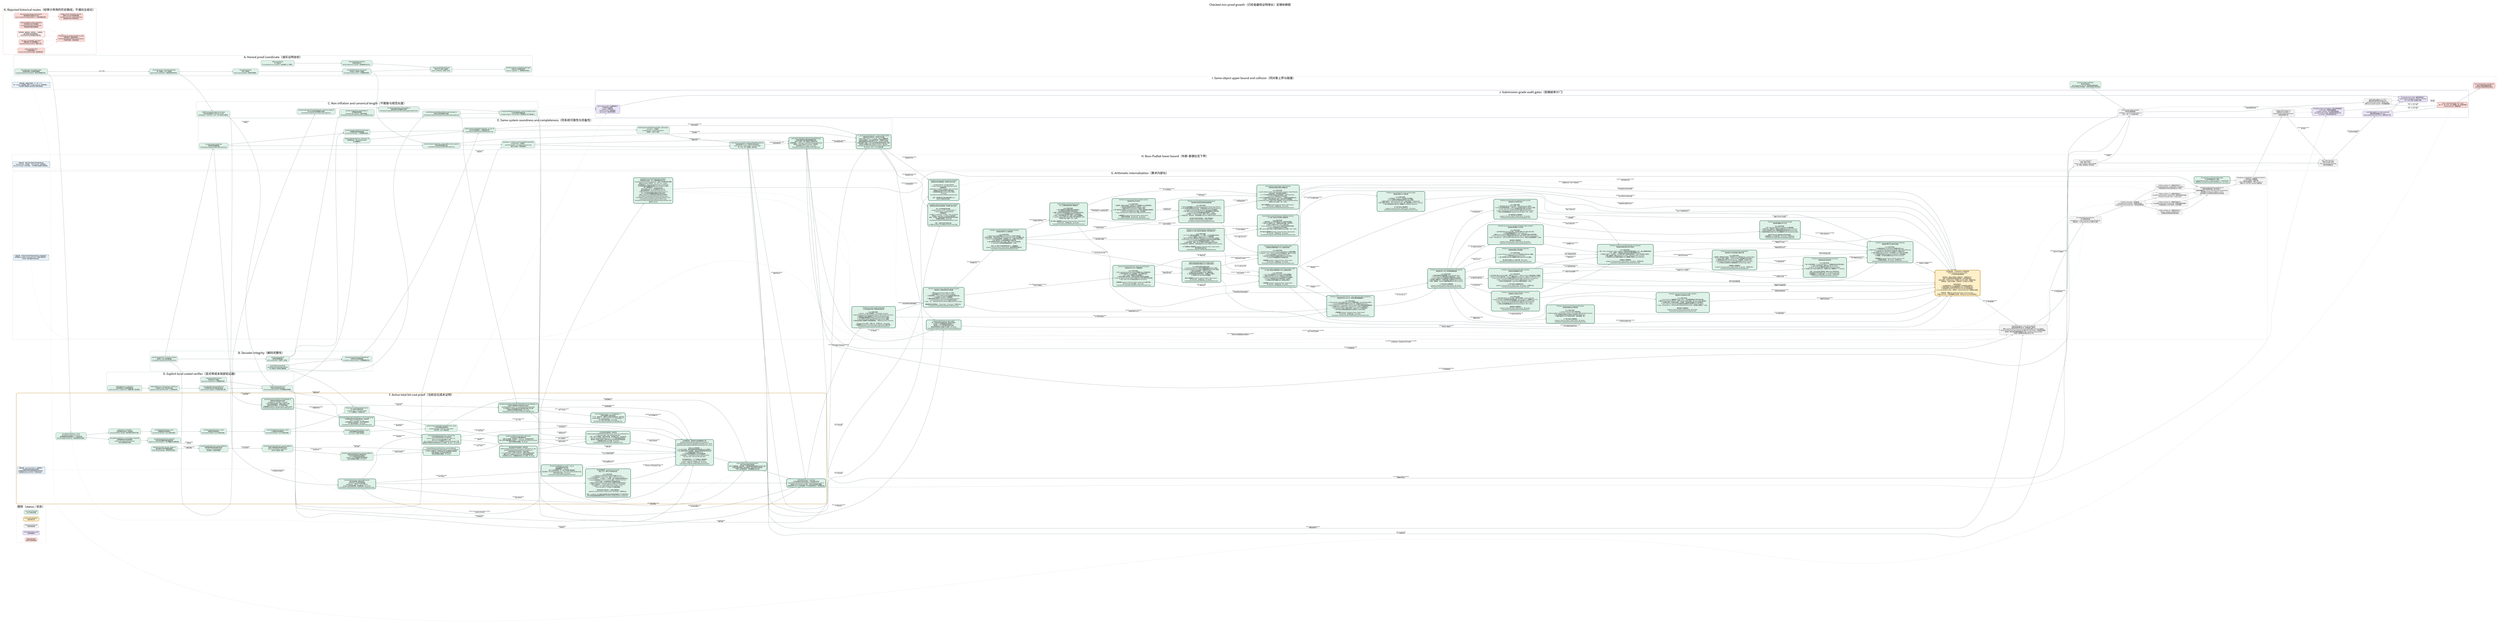
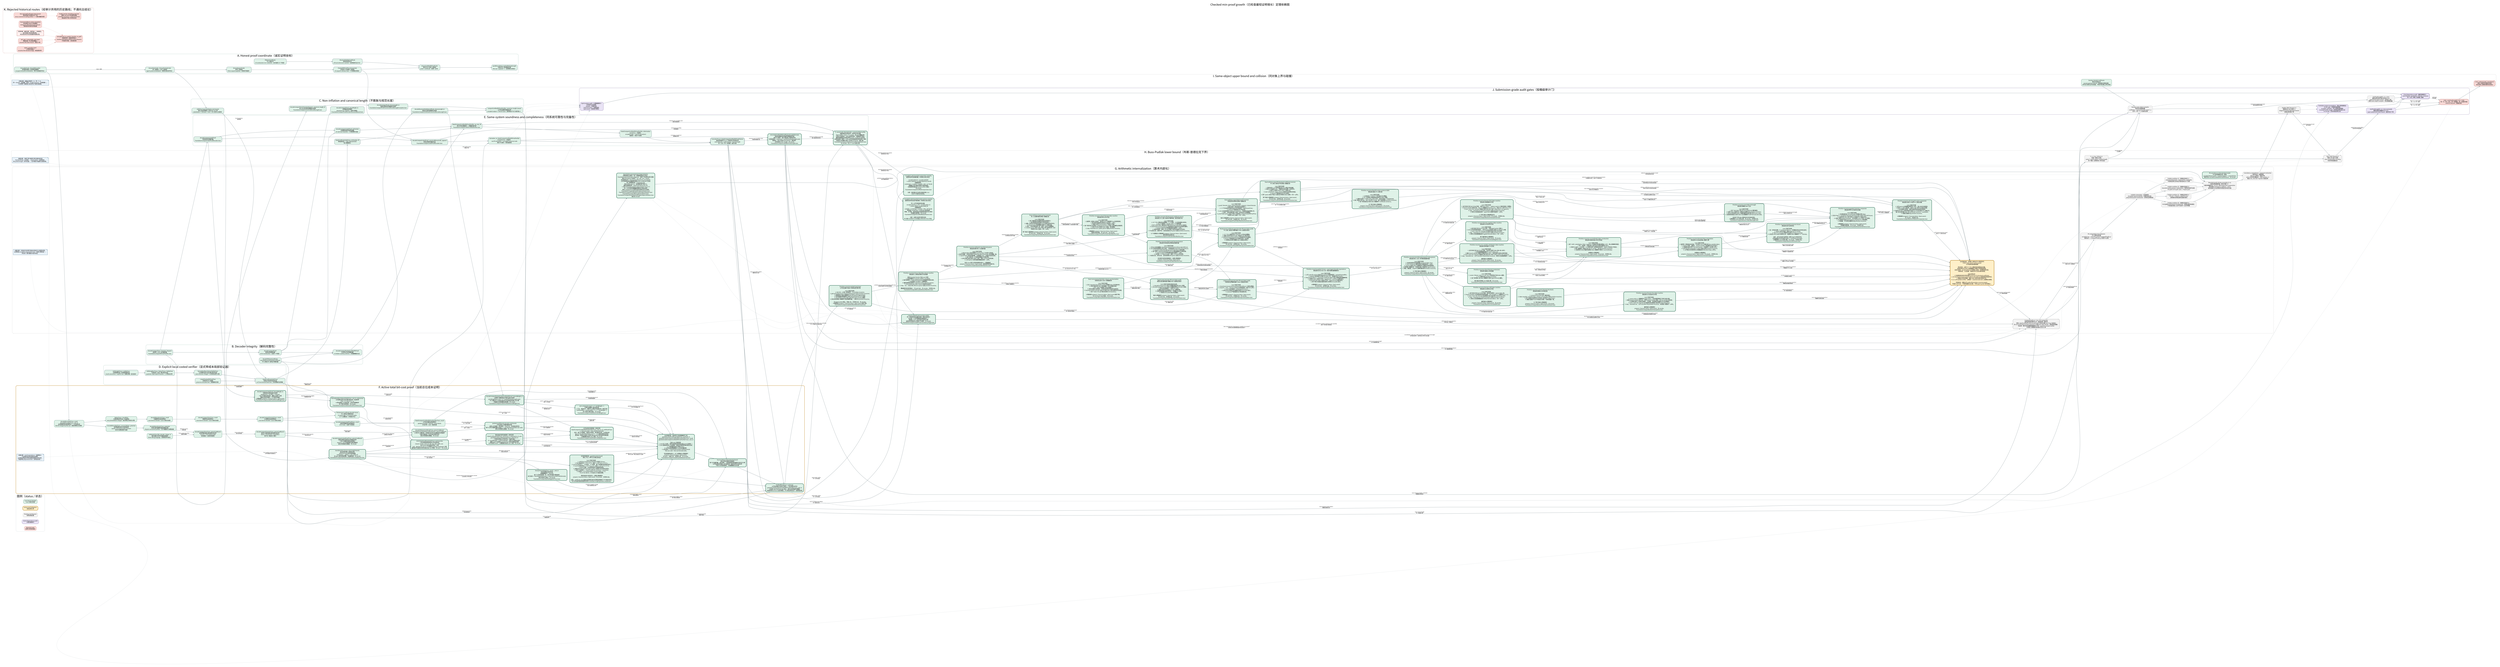
digraph CheckedMinProofDependencies {
  graph [
    rankdir=LR,
    bgcolor="white",
    compound=true,
    newrank=true,
    pad="0.35",
    nodesep="0.30",
    ranksep="0.62",
    fontname="Noto Sans CJK SC",
    fontsize=24,
    label="Checked min-proof growth（已检查最短证明增长）定理依赖图",
    labelloc="t",
    labeljust="c"
  ];
  node [
    shape=box,
    style="rounded,filled",
    fontname="Noto Sans CJK SC",
    fontsize=10.5,
    color="#526d75",
    fillcolor="#eef3f4",
    margin="0.14,0.09",
    penwidth=1.2
  ];
  edge [
    fontname="Noto Sans CJK SC",
    fontsize=8.5,
    color="#65777d",
    arrowsize=0.68,
    penwidth=1.05
  ];

  subgraph cluster_legend {
    label="图例（status / 状态）";
    color="#c8d1d4";
    style="rounded";
    done [label="Lean kernel checked\nLean 内核已检查", fillcolor="#dff2e8", color="#3f7c66"];
    active [label="Active proof obligation\n当前证明义务", fillcolor="#fff0c9", color="#b37a12", penwidth=2.2];
    pending [label="Pending root theorem\n待闭合根定理", fillcolor="#f3f3f3", color="#777777", style="rounded,filled,dashed"];
    audit [label="Axiom/dependency audit\n公理/依赖审计", fillcolor="#e9e3f5", color="#76639a"];
    rejected [label="Rejected route\n经审计弃用的路线", fillcolor="#f8d9d6", color="#a8443d", style="rounded,filled,dashed"];
  }

  subgraph cluster_coordinate {
    label="A. Honest proof coordinate（诚实证明坐标）";
    color="#8fb7aa";
    style="rounded";

    natcode [label="binaryNatCode / decodeBinaryNat\n自然数前缀码 / 自然数前缀解码\nescaped-bit prefix serialization（转义位前缀序列化）", fillcolor="#dff2e8"];
    syntaxcode [label="binaryTermCode + binaryFormulaCode\n项二进制码 + 公式二进制码\ntyped syntax serialization（类型化语法序列化）", fillcolor="#dff2e8"];
    sequentcode [label="binarySequentCode\n序列二进制码\nfinite sequent payload（有限序列载荷）", fillcolor="#dff2e8"];
    prooftree [label="CheckedPAProofTree.binaryCode\n已检查 PA 证明树二进制码\n10 sequent-calculus rules（十条相继式规则）", fillcolor="#dff2e8"];
    axiomcert [label="PAAxiomCertificate\nPA 公理证书\n23 constructors incl. induction（含归纳的 23 个构造）", fillcolor="#dff2e8"];
    structcert [label="StructuralValidityCertificate\n结构有效性证书\nall local witnesses counted（全部局部见证计长）", fillcolor="#dff2e8"];
    certifiedcode [label="binaryCertifiedPAProofCode\n带证书 PA 证明二进制码\nproof + certificate（证明 + 证书）", fillcolor="#dff2e8"];
    packedcode [label="packBinaryString / packedPayloadLength\n位串打包 / 有效载荷长度\nNat.size = payload + 1（自然数位长等式）", fillcolor="#dff2e8"];

    natcode -> syntaxcode [label="labels / 标签"];
    syntaxcode -> sequentcode;
    sequentcode -> prooftree;
    axiomcert -> structcert;
    prooftree -> certifiedcode;
    structcert -> certifiedcode;
    certifiedcode -> packedcode;
  }

  subgraph cluster_decoder {
    label="B. Decoder integrity（解码完整性）";
    color="#8fb7aa";
    style="rounded";

    typeddecoder [label="decodeCompactTerm / Formula / Sequent\n紧凑项 / 公式 / 序列解码器\nFoundationCompactPAProofVerifier.lean", fillcolor="#dff2e8"];
    proofdecoder [label="decodeCompactProof\n紧凑证明树解码器\nall 10 constructors（全部十个构造）", fillcolor="#dff2e8"];
    certdecoder [label="decodePAAxiomCertificate\ndecodeStructuralValidityCertificate\nPA 公理证书 / 结构证书解码器", fillcolor="#dff2e8"];
    packeddecoder [label="decodeCompactPackedCertifiedPAProof\n打包带证书证明解码器\nno hidden auxiliary witness（无隐藏辅助见证）", fillcolor="#dff2e8"];

    typeddecoder -> proofdecoder;
    certdecoder -> packeddecoder;
    proofdecoder -> packeddecoder;
  }

  subgraph cluster_size {
    label="C. Non-inflation and canonical length（不膨胀与规范长度）";
    color="#8fb7aa";
    style="rounded";

    structural [label="decodeCompactProof_parseWeight_le\n证明解码结构量界\nstructural non-inflation（结构不膨胀）\nFoundationCompactProofDecoderStructuralBound.lean", fillcolor="#dff2e8"];
    syntaxcanonical [label="decodeCompactTerm/Formula/Sequent_canonical_length_le\n项/公式/序列规范重编码长度界\nFoundationCompactCanonicalDecodeLength.lean", fillcolor="#dff2e8"];
    proofcanonical [label="decodeCompactProof_binaryLength_le\n完整证明树规范重编码长度界\nFoundationCompactProofCanonicalDecodeLengthComplete.lean", fillcolor="#dff2e8"];
    certcanonical [label="decodeStructuralValidityCertificate_binaryLength_le\n结构证书规范重编码长度界\nFoundationCompactCertificateCanonicalDecodeLength.lean", fillcolor="#dff2e8"];
    totalcanonical [label="compactCertifiedPAProofVerifier_canonical_length_bound\n公开验证器规范载荷总界\naccepted output <= honest input（接受输出不长于诚实输入）", fillcolor="#dff2e8"];
    transformsize [label="shift/free/neg/substitution size bounds\n移位/自由变量嵌入/否定/代入大小界\nsubstitution <= formula × term（代入至多公式乘项）", fillcolor="#dff2e8"];

    typeddecoder -> syntaxcanonical;
    proofdecoder -> structural;
    syntaxcanonical -> proofcanonical;
    certdecoder -> certcanonical;
    proofcanonical -> totalcanonical;
    certcanonical -> totalcanonical;
    syntaxcode -> transformsize;
  }

  subgraph cluster_explicit_local {
    label="D. Explicit local costed verifier（显式带成本局部验证器）";
    color="#8fb7aa";
    style="rounded";

    biteq [label="bitStringEqTrace / natEqTrace\n位串相等轨迹 / 自然数相等轨迹\nresult correctness + explicit cost（结果正确 + 显式成本）", fillcolor="#dff2e8"];
    bitset [label="bitStringMemTrace / SubsetTrace / SetEqTrace\n位串成员 / 包含 / 集合等价轨迹\nquadratic-style explicit bounds（二次型显式界）", fillcolor="#dff2e8"];
    formulalist [label="formulaEq/Mem/Subset/SetEqTrace\n公式相等/成员/包含/集合等价轨迹\ncode emission charged（公式码生成已计费）", fillcolor="#dff2e8"];
    listedtree [label="ListedCheckedPAProofTree\n列表序列 PA 证明树\npreserves decoded lists（保留解码列表）", fillcolor="#dff2e8"];
    listedcert [label="listedCertificateValidTrace\n列表证书有效性成本轨迹\nno Finset decide black box（无有限集判定黑箱）", fillcolor="#dff2e8"];

    biteq -> bitset;
    bitset -> formulalist;
    listedtree -> listedcert;
    formulalist -> listedcert;
    transformsize -> listedcert [label="local transforms\n局部变换"];
  }

  subgraph cluster_same_system {
    label="E. Same-system soundness and completeness（同系统可靠性与完备性）";
    color="#8fb7aa";
    style="rounded";

    listdecoder [label="decodeCompactListedProof\n列表保持证明解码器\nFoundationCompactListedProofDecoder.lean", fillcolor="#dff2e8"];
    projection [label="decodeCompactListedProof_toChecked\n列表解码投影到原检查器\n10-rule fuel induction（十规则燃料归纳）", fillcolor="#dff2e8"];
    localiff [label="listedCertificateValidTrace_toChecked_iff\n新局部轨迹 <-> 原 certificateValid\n语义精确等价", fillcolor="#dff2e8"];
    publiciff [label="listedCompactCertifiedPAProofVerifier_eq_true_iff\n新公开验证器接受 <-> 精确检查关系\nFoundationCompactListedCertifiedVerifier.lean", fillcolor="#dff2e8"];
    soundness [label="listedCompactCertifiedPAProofVerifier_toDerivation\nsoundness（可靠性）\naccepted code -> real PA Derivation2\n接受码 -> 真实 PA 推导", fillcolor="#dff2e8"];
    listencoder [label="decodeCompactListedProof_canonicalBinaryCode_append\n列表证明规范编码往返\nFoundationCompactListedProofEncoder.lean", fillcolor="#dff2e8"];
    completeness [label="derivation_to_listedCompactCertifiedPAProofVerifier\ncompleteness（完备性）\nreal PA derivation -> accepted canonical code\n真实 PA 推导 -> 规范接受码", fillcolor="#dff2e8"];
    predicate [label="Concrete P(x,y) / ListedCompactCertifiedPAProofChecks\n具体证明谓词 P(x,y) / 列表带证书检查关系\nsame formula + same checker + honest length\n同一公式 + 同一检查器 + 诚实长度", fillcolor="#dff2e8", penwidth=2.0];
    minmeasure [
      label="minListedCertifiedPAProofPayloadLength(formula)\n具体检查器诱导的最短完整载荷长度\n真实 PA 推导 -> 最小值由某个接受码实现\n任意接受码 -> minimum <= packedPayloadLength(code)\n接受码 -> 同公式真实 Derivation2（推导树）\n无项目级 proof_length；无 sorryAx\nFoundationCompactListedMinProofLength.lean",
      fillcolor="#dff2e8", color="#2f6f57", penwidth=2.8
    ];
    canonicalnormalize [
      label="P_canon(code, formulaCode) + canonical Bool verifier\n纯数值规范证明关系 + 规范布尔验证器\nBool verifier = true <-> P_canon，由 Lean 精确证明\n任意公开接受码 -> 同公式码规范码，完整载荷不增长\n最短完整载荷必由真实规范 proof + certificate 码实现\n全体码有限一致性 <-> 同 cutoff 的纯数值规范码有限一致性\n非规范/冗余编码不能人为压低 minimum（最小值）\nFoundationCompactListedCanonicalNormalization.lean\n无 sorryAx；仅三个 Lean 标准公理",
      fillcolor="#dff2e8", color="#2f6f57", penwidth=2.8
    ];

    typeddecoder -> listdecoder;
    listdecoder -> projection;
    proofdecoder -> projection;
    listedcert -> localiff;
    projection -> publiciff;
    localiff -> publiciff;
    packeddecoder -> publiciff;
    publiciff -> soundness;
    prooftree -> listencoder;
    listdecoder -> listencoder;
    listencoder -> completeness;
    listedcert -> completeness;
    soundness -> predicate;
    completeness -> predicate;
    predicate -> minmeasure [label="minimum over accepted codes\n对接受码取最小值"];
    completeness -> minmeasure [label="nonempty accepted set\n接受集合非空"];
    publiciff -> canonicalnormalize [label="decode every accepted code\n解码任意接受码"];
    listencoder -> canonicalnormalize [label="canonical re-encoding\n规范重编码"];
    totalcanonical -> canonicalnormalize [label="no payload growth\n载荷不增长"];
    minmeasure -> canonicalnormalize [label="minimum realized canonically\n最小值由规范码实现"];
  }

  subgraph cluster_cost_active {
    label="F. Active total bit-cost proof（当前总位成本证明）";
    color="#c18a27";
    style="rounded,bold";

    nattrace [label="decodeBinaryNatTrace_result\ndecodeBinaryNatTrace_cost_le\n自然数解码轨迹结果等价 + 二次位成本界\nNat.bit charged by Nat.size（按自然数位长收费）", fillcolor="#dff2e8", color="#3f7c66"];
    tracebind [label="OptionTrace + traceBind\n可选结果成本轨迹 + 轨迹绑定\nevery bind/failure charged（每次绑定/失败均计费）", fillcolor="#dff2e8", color="#3f7c66"];
    vectortrace [label="decodeManyVectorTrace_result\n向量解码轨迹结果等价\nLean kernel checked（Lean 内核已检查）", fillcolor="#dff2e8", color="#3f7c66"];
    termtrace [label="decodeCompactTermTrace_result\n项解码轨迹结果等价\nLean kernel checked（Lean 内核已检查）", fillcolor="#dff2e8", color="#3f7c66"];
    formulatrace [label="decodeCompactFormulaTrace_result\n公式解码轨迹结果等价\nLean kernel checked（Lean 内核已检查）", fillcolor="#dff2e8", color="#3f7c66"];
    prooftrace [label="decodeCompactListedProofTrace_result\n列表证明解码轨迹结果等价\nall 10 rules（全部十条规则）", fillcolor="#dff2e8", color="#3f7c66"];
    certtrace [label="PA/structural certificate decoder traces\nPA / 结构证书解码轨迹\n23 axiom tags + 4 recursive nodes\n23 个公理标签 + 4 种递归节点", fillcolor="#dff2e8", color="#3f7c66"];
    publictrace [label="listedCompactCertifiedPAProofVerifierTrace_result\n公开验证器轨迹结果等价\npacked envelope + formula + local checks\n打包外壳 + 公式 + 局部检查", fillcolor="#dff2e8", color="#3f7c66"];
    natpotential [label="decodeBinaryNatTrace_success/failure_potential\n自然数解码成功/失败势能界\nquartic consumed-prefix invariant\n四次已消费前缀不变量", fillcolor="#dff2e8", color="#3f7c66"];
    vectorpotential [label="decodeManyVectorTrace_potential\n任意长度向量解码摊还势能定理\ndisjoint consumed prefixes（互不重叠的已消费前缀）", fillcolor="#dff2e8", color="#3f7c66"];
    symbolcharge [label="arithmeticFunc/Rel_decode_charge_le\n算术函数/关系符号解码收费界\nfinite ORing language（有限有序环语言）", fillcolor="#dff2e8", color="#3f7c66"];
    termpotential [label="decodeCompactTermTrace_parserCostBound\n紧凑项解码器全路径摊还成本界\nsuccess + every failure path\n成功路径 + 全部失败路径", fillcolor="#dff2e8", color="#3f7c66"];
    formulapotential [label="decodeCompactFormulaTrace_parserCostBound\n紧凑公式解码器全路径摊还成本界\natoms / connectives / quantifiers\n原子式 / 联结词 / 量词", fillcolor="#dff2e8", color="#3f7c66"];
    proofpotential [
      label="decodeCompactListedProofTrace_parserCostBound\n列表证明树全路径四次势能成本界\n十条 PA 相继式规则全部通过\nand/cut 二叉子证明势能已望远镜相消\n成功/失败路径全覆盖；无 sorryAx",
      fillcolor="#dff2e8", color="#3f7c66"
    ];
    certpotential [
      label="decodePAAxiomCertificateTrace_parserCostBound\ndecodeStructuralValidityCertificateTrace_parserCostBound\n23 种 PA 公理标签 + 4 种递归证书节点全路径四次势能界\n归纳公理体和二元证书树已摊还闭合\n成功/失败路径全覆盖；无 sorryAx",
      fillcolor="#dff2e8", color="#3f7c66", penwidth=2.2
    ];
    packedcost [
      label="packed proof/formula decoder cost bounds\n打包证明/公式解码器成本界\n证明+证书串联、末位哨兵、dropLast、空后缀全部闭合\n两个公开打包解码器均不超过 2 × decoderPotential(Nat.size code)\n成功/失败路径全覆盖；无 sorryAx",
      fillcolor="#dff2e8", color="#2f6f57", penwidth=2.8
    ];
    transformcode [
      label="transformation binary-code length bounds\n语法变换完整二进制码长界\nshift/free/neg 均至多线性膨胀\nsubstitution：|phi[t]| <= 3(F+1)(W+1)F\n含 qpow 量词深度预算；无隐藏参数；无 sorryAx\nFoundationCompactSyntaxTransformationCodeBounds.lean",
      fillcolor="#dff2e8", color="#2f6f57", penwidth=2.8
    ];
    negtrace [
      label="binaryFormulaNegTrace_result / _cost_le\n否定变换真实递归轨迹\n结果精确等于 ∼formula\n每个公式构造收费一步；原子项向量不重复遍历\n执行成本 <= formulaSymbolCount <= |binaryFormulaCode(formula)|\n单文件探针已通过；无 sorryAx\nFoundationCompactSyntaxNegationTrace.lean",
      fillcolor="#dff2e8", color="#2f6f57", penwidth=2.8
    ];
    axmjoint [
      label="axm comparator input <= 2 * jointWeight + 1\n公理比较器输入联合坐标界\n上下文、候选句子、完整 PA 公理证书均落在同一诚实位权\ncertificateBits + sentenceBits + 1 <= 2 * jointWeight + 1\n四个坐标引理已通过；无 sorryAx\nFoundationCompactListedAxiomJointWeight.lean",
      fillcolor="#dff2e8", color="#2f6f57", penwidth=2.8
    ];
    honestproof [
      label="decodeCompactListedProof_honestWeight_le\n列表保持证明树诚实位权界\nweight(tree) + 8|suffix| <= 8|input|\n十条 PA 规则全部闭合；重复公式逐个计费\n覆盖任意成功解码，不只是规范编码\n公理画像仅 propext / Classical.choice / Quot.sound\nFoundationCompactListedProofHonestWeight.lean",
      fillcolor="#dff2e8", color="#2f6f57", penwidth=2.8
    ];
    honestcert [
      label="decodeCompactPackedListedCertifiedPAProof_honestWeight_le\n证明树+完整结构证书联合诚实位权界\njointWeight(tree,cert) <= 8 * packedPayloadLength(code)\nPA 公理证书 23 标签及递归证书全部由实际输入位计费\n无辅助见证和隐藏长度参数；无 sorryAx\nFoundationCompactListedCertifiedHonestWeight.lean",
      fillcolor="#dff2e8", color="#2f6f57", penwidth=2.8
    ];
    localprimitives [
      label="formulaEq/Mem/Subset/SetEqTrace_cost_le_polynomial\n公式相等/成员/包含/集合等价统一位成本界\nP(w) = 4 + 2(w+3)^2 + w\nw 是全部输入公式码位权，包含列表重复项\n四个端点全部通过；无 sorryAx\nFoundationCompactListedLocalCostPrimitives.lean",
      fillcolor="#dff2e8", color="#2f6f57", penwidth=2.8
    ];
    localbranches9 [
      label="10/10 listedCertificateValidTrace cost branches\n十条证明规则局部成本分支全部闭合\nclosed / verum / and / or / all / exs / wk / shift / cut：\n由 P(G(w)) 及生成语法界统一计费\naxm：由 A(w)=K*(2w+1)^12 的真实 guarded comparator 计费\n最终每节点固定多项式包络已由 Lean 检查；无 haxm、无 sorryAx",
      fillcolor="#dff2e8", color="#2f6f57", penwidth=2.8
    ];
    localinduction [
      label="联合坐标内部归纳骨架 + 具体实例\nlistedCertificateValidTrace_jointCost_le_polynomial_of_axm\nguardedListedCertificateValidTrace_jointCost_le\n十规则证明树/证书同步统一归纳已通过\nb = proofWeight + certificateWeight（证明+证书联合位权）\n抽象 haxm 已由真实 guarded axm 成本定理具体消除\n公开实例无 haxm；公理画像仅标准 Lean 公理；无 sorryAx",
      fillcolor="#dff2e8", color="#2f6f57", penwidth=2.8
    ];
    publicskeleton [
      label="公开总成本内部骨架 + 具体实例\nlistedCompactCertifiedPAProofVerifierTrace_cost_le_of_certificateTrace\ns = Nat.size(code) + Nat.size(formulaCode)\n合并：两个打包解码、局部证书检查、结论集合比较、公式码比较\nQ(s)=4*decoderPotential(s)+L(s)+1，L(s) 是显式固定多项式\n原先唯一内部证书成本义务现已由 guarded 联合成本定理消除\n公理画像仅标准 Lean 公理；无 sorryAx\nFoundationCompactListedPublicCostSkeleton.lean",
      fillcolor="#dff2e8", color="#2f6f57", penwidth=2.8
    ];
    publiccost [
      label="【主终端完成：具体带守卫检查器最终汇合】\nguardedListedCertificateValidTrace_jointCost_le\nguardedListedCompactCertifiedPAProofVerifierTrace_result\nguardedListedCompactCertifiedPAProofVerifierTrace_cost_le\n\n已由 Lean 内核检查：\n1. axm 的 23 标签、接受/拒绝路径和候选长度 guard 全部统一；\n2. axm 局部成本进入与证明树、结构证书相同的诚实联合位权；\n3. 十规则整树成本不再带 haxm；\n4. 公开轨迹结果精确等于公开验证器结果；\n5. 总位成本 <= listedPublicVerifierCostPolynomial(\n   Nat.size code + Nat.size formulaCode)。\n\n定向构建退出码 0；五个关键端点公理画像仅\npropext / Classical.choice / Quot.sound。\n无 haxm、无输入包、无项目公设、无 sorryAx。\nFoundationCompactListedGuardedAxiomCost.lean",
      fillcolor="#dff2e8", color="#2f6f57", penwidth=2.8
    ];
    amortized [label="Success/failure total potential bound\n成功/失败全路径总势能界\n两个打包解码器、语法变换、十规则局部检查和最终比较均已计费\n公开轨迹的所有输入对均满足同一固定多项式位成本界\n不是只分析接受路径；无隐藏辅助见证长度", fillcolor="#dff2e8", color="#2f6f57", style="rounded,filled", penwidth=2.8];
    costnote [shape=note, label="关键注释：result equivalence（结果等价）\n只证明轨迹没有改掉验证结果；\n必须再证明成功/失败全路径的固定多项式界，\n才能声称 polynomial time（多项式时间）。", fillcolor="#e8f1f8", color="#4e7892"];
    transformtrace [label="【共享终端完成：guarded axiom trace】\n移位 / 代入 / 带守卫公理比较轨迹\n\nLean 内核已检查：\n1. shift/free/substitution/list/fixitr 的真实 QTrace；\n2. fixitr 输出码长 <= 4*(L+1)^2；成本 <= 128*(m+L+1)^2*L；\n3. succInd 四次代入、三次否定、三个析取、两个全称量词全部真实执行；\n4. succInd 输出码长 <= 10^7*(L+1)^4；成本 <= 10^11*(L+1)^12；\n5. guard 完备：合法相等候选不会被提前拒绝；\n6. 接受分支 fixitr/allClosure/formulaEq 与拒绝分支总成本均闭合；\n7. 全部 23 标签统一：true iff certificate.sentence = candidate；\n8. 总成本 <= K*(certificateBits+sentenceBits+1)^12，\n   K=10^30+(3B+4)，B 为显式 26 句固定预算。\n\n两条验收命令退出码 0；关键公理画像仅\npropext / Classical.choice / Quot.sound；无 sorryAx、无项目公设。\n\n边界：certificate-only 直接生成完整归纳句在稀疏变量编号下不可能多项式；\n本节点完成的是保持接受关系的 candidate-length guarded comparator。", fillcolor="#dff2e8", color="#2f6f57", style="rounded,filled", penwidth=2.8];
    polytime [label="VerifierBitCost(x,y) <= p(|x|+|y|)\n公开验证器总位成本不超过一个显式固定多项式\nguardedListedCompactCertifiedPAProofVerifierTrace_cost_le\n对全部 code/formulaCode 成立，成功与失败路径均覆盖\n这里是项目 QTrace 位成本模型；PA 内短证明仍由下一簇单独完成", fillcolor="#dff2e8", color="#2f6f57", style="rounded,filled", penwidth=2.8];

    natcode -> nattrace;
    nattrace -> tracebind;
    tracebind -> vectortrace;
    vectortrace -> termtrace;
    termtrace -> formulatrace;
    formulatrace -> prooftrace;
    certdecoder -> certtrace;
    formulatrace -> certtrace;
    prooftrace -> publictrace;
    certtrace -> publictrace;
    publictrace -> amortized [label="exact behavior first\n先固定精确行为"];
    nattrace -> natpotential;
    natpotential -> vectorpotential;
    vectorpotential -> termpotential [label="argument vectors\n参数向量"];
    symbolcharge -> termpotential [label="finite symbol decoding\n有限符号解码"];
    termpotential -> formulapotential [label="terms inside atoms\n原子式中的项"];
    formulapotential -> proofpotential [label="formulas inside sequents\n序列中的公式"];
    proofpotential -> certpotential [label="proof/certificate alignment\n证明树/证书树对齐"];
    formulapotential -> certpotential [label="induction body\n归纳公理体"];
    certpotential -> packedcost [label="proof + certificate stream\n证明 + 证书串"];
    publictrace -> packedcost [label="same executable result\n同一可执行结果"];
    packedcost -> publiccost [label="decoded objects\n已解码对象"];
    transformsize -> transformcode [label="from symbol count to full bits\n从符号数提升到完整位长"];
    transformcode -> negtrace [label="input bit-length control\n输入位长控制"];
    negtrace -> publiccost [label="closed/cut negation charge\n闭合/切规则否定计费"];
    transformcode -> publiccost [label="generated-code bounds\n生成公式码长界"];
    listdecoder -> honestproof [label="all successful parses\n全部成功解码"];
    honestproof -> honestcert [label="proof-tree charge\n证明树计费"];
    certcanonical -> honestcert [label="full certificate bits\n完整证书位"];
    honestcert -> publiccost [label="joint decoded-data bound\n联合解码数据界"];
    honestcert -> axmjoint [label="proof + certificate coordinate\n证明 + 证书坐标"];
    axmjoint -> publiccost [label="guarded comparator input bound\n带守卫比较器输入界"];
    listedcert -> localprimitives [label="exact trace costs\n精确轨迹成本"];
    honestproof -> localprimitives [label="duplicate-preserving weights\n保留重复项位权"];
    localprimitives -> publiccost [label="uniform quadratic bound\n统一二次界"];
    localprimitives -> localbranches9 [label="per-rule instantiation\n逐规则实例化"];
    transformcode -> localbranches9 [label="generated syntax bounds\n生成语法界"];
    localbranches9 -> publiccost [label="nine checked branches\n九条已检查分支"];
    localbranches9 -> localinduction [label="structural aggregation\n结构汇总"];
    localinduction -> publiccost [label="haxm concretely discharged\nhaxm 已由具体定理消除"];
    localinduction -> publicskeleton [label="local certificate polynomial\n局部证书多项式"];
    packedcost -> publicskeleton [label="two packed decoder bounds\n两个打包解码界"];
    honestcert -> publicskeleton [label="decoded joint weight\n解码联合位权"];
    publicskeleton -> publiccost [label="concrete discharge checked\n具体消义务已检查"];
    listedcert -> publiccost [label="explicit local checks\n显式局部检查"];
    publiccost -> amortized;
    totalcanonical -> amortized [label="consumed-length control\n消费长度控制"];
    costnote -> amortized [style=dotted, arrowhead=none, constraint=false];
    transformcode -> transformtrace;
    transformtrace -> publiccost [label="guarded axm + shift/free/substitution costs\n带守卫公理 + 移位/自由化/代入成本"];
    amortized -> polytime;
    transformtrace -> polytime;
    totalcanonical -> polytime [label="input/output length control\n输入输出长度控制"];
    listedcert -> polytime [label="local cost bounds\n局部成本界"];
    predicate -> polytime [label="exact executable relation\n精确可执行关系"];
  }

  subgraph cluster_internalization {
    label="G. Arithmetic internalization（算术内部化）";
    color="#9a9a9a";
    style="rounded,dashed";

    listedconmeta [label="ListedCertifiedFiniteConsistencyAt(k)\n同一列表保持验证器的有限一致性元层语义\n无长度 <= k 的完整载荷码被接受为 ⊥\n普通及 2^(A*n) 放大版本无条件为真\n接受反向恢复同公式真实 PA 推导；无 sorryAx\nFoundationCompactListedFiniteConsistencyTarget.lean", fillcolor="#dff2e8", color="#2f6f57", penwidth=2.8];
    arithinput [label="Primitive-recursive packed input layer\n公开验证器打包输入的原始递归算术层\n\nLean 内核已检查：\n1. Nat.bits（小端二进制展开）为 primitive recursive；\n2. getLast?/dropLast 与 sentinel payload peel 均为 primitive recursive；\n3. 剥离成功 iff 输入精确等于 packBinaryString(payload)；\n4. 新剥离器结果精确等于现有 packedPayloadTrace 结果；\n5. decodeBinaryNat 已由 right-fold state machine 重建；\n6. 新状态机逐输入精确等于原前缀解码器，二者均为 primitive recursive。\n\n无 typed syntax 假设、无输入包、无项目公设、无 sorryAx；\n公理画像仅 propext / Classical.choice / Quot.sound 或其子集。\nFoundationCompactListedVerifierArithmeticInput.lean", fillcolor="#dff2e8", color="#2f6f57", penwidth=2.8];
    tokenstream [label="Primitive-recursive binary-Nat token stream machine\n原始递归二进制自然数记号流机器\n\n具体 bounded iterator 已由 Lean 检查：\n1. 状态明确区分 running / failed / accepted；\n2. 每步调用同一个 decodeBinaryNat 并保留真实剩余位串；\n3. 总步数由 inputBits+1 明确限制；\n4. 最终结果逐位串等于 repeated-prefix reference parser；\n5. binaryNatCode token stream 的规范往返成立；\n6. step、run、output 和 reference parser 全部 primitive recursive。\n\n覆盖畸形和非规范输入；无 rawCode、无 sorryAx、无项目公设。\nFoundationCompactBinaryNatStreamMachine.lean", fillcolor="#dff2e8", color="#2f6f57", penwidth=2.8];
    bitsync [label="Exact noncanonical bit/token stream synchronization\n非规范位流与 token 流精确同步\n\nLean 内核已检查：\n1. 定义 repeated decodeBinaryNat 的精确 token/位后缀关系；\n2. 关系可按任意 token 前后缀唯一切分并重新合成；\n3. 同一 token 前缀留下的位后缀唯一；\n4. 规范位编码只是特例，不把非规范高位零误判为规范码；\n5. bounded stream decoder 成功 iff 全部 token 恰好消费至空位后缀；\n6. 每个 token-list split 都对应真实 bit boundary。\n\n公理画像仅 propext / Classical.choice / Quot.sound 或其子集；\n无 canonical-input 假设、无 sorryAx。\nFoundationCompactBinaryNatStreamSynchronization.lean", fillcolor="#dff2e8", color="#2f6f57", penwidth=2.8];
    syntaxparser [label="Primitive-recursive arithmetic term/formula parser\n原始递归算术项 / 公式解析器\n\nLean 内核已检查：\n1. 纯 Nat token 状态机覆盖 bvar/fvar/func 与全部公式构造；\n2. 有序环函数、关系符号码与 typed decoder 的 decode₂ 条件精确一致；\n3. repeat frame 逐项处理参数，不按稀疏 arity 一次展开巨型任务表；\n4. 每个真实项 / 公式都有精确执行步数定理；\n5. 执行步数不超过真实 token 长度，固定二次 fuel 必然足够；\n6. 公开 parser 对规范编码精确返回同一 suffix。\n\n定向 Lean 探针与目标构建退出码 0；公理画像仅\npropext / Classical.choice / Quot.sound；静态禁用项扫描为空。\nFoundationCompactSyntaxTokenMachine.lean", fillcolor="#dff2e8", color="#2f6f57", penwidth=2.8];
    syntaxinversion [label="Exact arbitrary-input syntax inversion\n项 / 公式解析器任意输入精确反演\n\nLean 内核已检查：\n1. 每个纯数值任务栈都有类型化前缀语义；\n2. 每次数值状态转换反向保持该语义；\n3. 函数 / 关系符号有效码恢复同 arity 的真实有序环符号；\n4. repeat frame 恢复精确长度的 Fin 参数向量；\n5. 成功、失败及畸形输入统一由同一后向不变量覆盖；\n6. numeric parser 返回 suffix iff 输入等于某真实项 / 公式\n   的规范 token 前缀 ++ 同一 suffix。\n\n两个端点公理画像仅 propext / Classical.choice / Quot.sound；\n无 rawCode、无项目公设、无 sorryAx。\nFoundationCompactSyntaxTokenMachineInversion.lean", fillcolor="#dff2e8", color="#2f6f57", penwidth=2.8];
    syntaxbitsync [label="Typed syntax decoder iff exact token prefix\n类型化语法解码器与精确 token 前缀双向等价\n\nLean 内核已检查任意成功位串：\n1. decodeCompactTerm 成功 iff 精确消费该项 token 前缀；\n2. decodeCompactFormula 成功 iff 精确消费该公式 token 前缀；\n3. 两方向均保留同一个真实 bit suffix；\n4. 函数/关系符号代码由 decode₂ 精确恢复；\n5. 任意有限参数向量逐项同步，不隐藏 arity 展开；\n6. 非规范 binaryNat 表示完全覆盖。\n\n端点公理画像仅 propext / Classical.choice / Quot.sound；\n无 rawCode、无项目公设、无 sorryAx。\nFoundationCompactSyntaxBitTokenSynchronization.lean", fillcolor="#dff2e8", color="#2f6f57", penwidth=2.8];
    closedformula [label="Primitive-recursive closed-formula token machine\n原始递归闭公式记号机\n\nLean 内核已检查：\n1. 复用同一紧凑公式语法，但所有 term 位置遇到 fvar 标签即拒绝；\n2. 每次成功恢复真实类型化公式及同一 suffix；\n3. 恢复公式的 freeVariables 严格等于空集；\n4. 每个真实闭公式及每个 ArithmeticSentence 的嵌入规范编码必被接受；\n5. 成功 iff 闭公式规范 token 前缀，双向精确；\n6. step / bounded run / public parser 全部 primitive recursive。\n\n公理画像仅 propext / Classical.choice / Quot.sound；\n无额外闭性参数、无 rawCode、无 sorryAx。\nFoundationCompactClosedFormulaTokenMachine.lean", fillcolor="#dff2e8", color="#2f6f57", penwidth=2.8];
    proofparser [label="Primitive-recursive listed-proof structural parser\n原始递归列表保持证明树结构解析器\n\nLean 内核已检查：\n1. 纯 Nat 任务栈覆盖 closed/axm/verum/and/or/all/exs/wk/shift/cut；\n2. axm 标签现调用独立闭公式机，不再把普通 proposition 当 sentence；\n3. sequent cardinality 由 repeat-formula frame 逐项消费；\n4. 每个真实 ListedCheckedPAProofTree 都有精确执行步数定理；\n5. and/cut 左右子证明按编码顺序消费同一 suffix；\n6. 总步数 <= 2*tokenLength，固定二次 fuel 必然足够；\n7. 十标签分派、闭句分支、总状态机和公开 parser 全部 primitive recursive。\n\n定向探针及目标构建通过；关键公理画像仅\npropext / Classical.choice / Quot.sound。\nFoundationCompactProofTokenMachine.lean", fillcolor="#dff2e8", color="#2f6f57", penwidth=2.8];
    proofinversion [label="Exact arbitrary-input listed-proof inversion\n列表保持证明树任意输入精确反演\n\nLean 内核已检查：\n1. proof / formula / term / repeat-formula / sequent / closed-formula\n   六类任务统一具有类型化前缀语义；\n2. 十个节点标签的每条反向分支均恢复同一 typed proof tree；\n3. and/cut 严格恢复左右子树次序；\n4. axm 分支恢复真实 ArithmeticSentence，不接受含自由变量公式；\n5. 成功、失败及畸形输入由同一后向状态不变量覆盖；\n6. proof token parser 成功 iff 输入为某真实 ListedCheckedPAProofTree\n   的规范 token 前缀 ++ 同一 suffix。\n\n端点公理画像仅 propext / Classical.choice / Quot.sound；\n无 rawCode、无项目公设、无 sorryAx。\nFoundationCompactProofTokenMachineInversion.lean", fillcolor="#dff2e8", color="#2f6f57", penwidth=2.8];
    certparser [label="Primitive-recursive PA/structural certificate parsers\n原始递归 PA 公理 / 结构证书解析器（规范完备方向）\n\nLean 内核已检查：\n1. 23 个 PA 公理标签全部覆盖；0..21 固定，3/4 校验函数/关系码；\n2. tag 22 调用同一 binder-arity-1 公式解析器；\n3. 新 PA 证书 token 编码逐证书等于旧 binary code 的 Nat 前缀流；\n4. leaf/axiomCert/unary/binary 四类结构证书由显式任务栈递归解析；\n5. binary 左右子证书按编码顺序消费同一 suffix；\n6. 线性步数界、固定二次 fuel 和两个规范往返端点均已闭合；\n7. PA 标签分派、结构节点、总状态机和公开 parser 全部 primitive recursive。\n\n七个关键端点公理画像仅 propext / Classical.choice / Quot.sound；\n静态禁用项扫描为空。\nFoundationCompactCertificateTokenMachine.lean", fillcolor="#dff2e8", color="#2f6f57", penwidth=2.8];
    certinversion [label="Exact arbitrary-input PA/structural certificate inversion\nPA 公理 / 结构证书任意输入精确反演\n\nLean 内核已检查：\n1. 固定标签 0..21 逐项恢复对应 PA 公理证书构造器；\n2. 标签 3/4 恢复同 arity、同编码的真实函数 / 关系符号；\n3. 标签 22 恢复 binder-arity-1 归纳公式；\n4. leaf / axiomCert / unary / binary 四类节点全部反向恢复；\n5. binary 严格恢复左右子证书顺序；\n6. 两个 parser 成功 iff 输入为真实证书规范 token 前缀 ++ 同一 suffix。\n\n两个端点公理画像仅 propext / Classical.choice / Quot.sound；\n无 rawCode、无项目公设、无 sorryAx。\nFoundationCompactCertificateTokenMachineInversion.lean", fillcolor="#dff2e8", color="#2f6f57", penwidth=2.8];
    proofbitsync [label="Listed proof typed decoder iff exact token prefix\n列表保持证明解码器与 token 前缀双向等价\n\nLean 内核已检查：\n1. closed/axm/verum/and/or/all/exs/wk/shift/cut 十规则全覆盖；\n2. sequent、term、formula 与左右子证明保留同一真实 bit suffix；\n3. axm 分支恢复同一 ArithmeticSentence；\n4. 成功方向与完备方向均覆盖非规范 binaryNat 表示；\n5. and/cut 严格保留左右子树消费次序。\n\n公理画像仅 propext / Classical.choice / Quot.sound；\n无 rawCode、无项目公设、无 sorryAx。\nFoundationCompactProofBitTokenSynchronization.lean", fillcolor="#dff2e8", color="#2f6f57", penwidth=2.8];
    certbitsync [label="PA/structural certificate typed decoder iff exact token prefix\nPA 公理 / 结构证书解码器与 token 前缀双向等价\n\nLean 内核已检查：\n1. 23 个 PA 公理标签及 induction 公式体全部覆盖；\n2. 函数/关系符号由 decode₂ 恢复同 arity 真实符号；\n3. leaf/axiomCert/unary/binary 四类递归证书全覆盖；\n4. binary 严格保留左右证书顺序及同一位后缀；\n5. 任意成功位串与精确 token 前缀双向等价。\n\n公理画像仅 propext / Classical.choice / Quot.sound；\n无 rawCode、无项目公设、无 sorryAx。\nFoundationCompactCertificateBitTokenSynchronization.lean", fillcolor="#dff2e8", color="#2f6f57", penwidth=2.8];
    packedtokensync [label="Primitive-recursive packed stream + exact typed-decoder equivalence\n原始递归打包 token 流 + 类型化解码器精确等价\n\nLean 内核已检查：\n1. 公开 code 的 sentinel 哨兵位与 payload 剥离使用同一 packedPayloadBits；\n2. payload 逐前缀转为完整 Nat token 流，流函数已证 Primrec；\n3. listed proof tokens ++ structural certificate tokens 按公开解码顺序精确拼接；\n4. 证明码 token 流成功 iff 同一 typed proof + certificate 解码成功；\n5. formulaCode token 流成功 iff 同一 typed formula 解码成功；\n6. 两个等价均保留全载荷消费与非规范 binaryNat 表示。\n\n公理画像仅 propext / Classical.choice / Quot.sound；\n无 rawCode、无项目公设、无 sorryAx。\nFoundationCompactListedPackedBitTokenSynchronization.lean", fillcolor="#dff2e8", color="#2f6f57", penwidth=2.8];
    numericvalues [label="Primitive-recursive term/formula/sequent value parsers\n原始递归项 / 公式 / 序列数值值解析器\n\nLean 内核已检查：\n1. 在结构判断同时保留精确 canonical token slice；\n2. term 与 formula 解析返回已消费值及同一 suffix；\n3. sequent 按首 token 的基数逐公式解析并保持原顺序；\n4. 规范输入精确往返；任意成功输入恢复真实 typed syntax；\n5. 单值、重复值、sequent 总解析器全部 primitive recursive。\n\n九个审计端点公理画像仅\npropext / Classical.choice / Quot.sound；无 sorryAx。\nFoundationCompactNumericSyntaxValueParser.lean", fillcolor="#dff2e8", color="#2f6f57", penwidth=2.8];
    numericchecks [label="Primitive-recursive numeric formula-list checks\n原始递归数值公式列表检查\n\nLean 内核已检查：\n1. canonical formula token 编码单射；\n2. token equality / membership / subset / set equality 全部 primitive recursive；\n3. 四个结果在任意规范公式列表上逐点等于 typed trace；\n4. 重复元素按 Finset 外延语义处理，与原检查器一致。\n\n九个审计端点公理画像仅\npropext / Classical.choice / Quot.sound；无 sorryAx。\nFoundationCompactNumericFormulaListChecks.lean", fillcolor="#dff2e8", color="#2f6f57", penwidth=2.8];
    numericconstructors [label="Primitive-recursive direct formula constructors\n原始递归直接公式构造器\n\nLean 内核已检查：\n1. verum / falsum / and / or / all / exs 六种构造全为纯 token 函数；\n2. 六个函数全部 primitive recursive；\n3. 每个规范输入逐 token 精确等于真实 typed formula 编码。\n\n审计端点仅依赖 Lean 标准公理；无 sorryAx。\nFoundationCompactNumericFormulaConstructors.lean", fillcolor="#dff2e8", color="#2f6f57", penwidth=2.8];
    numericnegation [label="Primitive-recursive formula-negation token machine\n原始递归公式否定记号机\n\nLean 内核已检查：\n1. 运行状态只有 Nat 与 Nat 列表，不把 typed syntax 当输入；\n2. term 记号逐项原样复制，八种 formula 标签执行真实 De Morgan 对偶；\n3. term / term-list / formula 的完整任务执行语义均已闭合；\n4. step、bounded run 与公开 transform 全部 primitive recursive；\n5. 规范公式前缀精确返回 negated formula tokens + 同一 suffix。\n\n两个最终端点公理画像仅\npropext / Classical.choice / Quot.sound；无 sorryAx。\nFoundationCompactNumericFormulaNegation.lean", fillcolor="#dff2e8", color="#2f6f57", penwidth=2.8];
    numericshift [label="Primitive-recursive formula-shift token machine\n原始递归公式移位记号机\n\nLean 内核已检查：\n1. 运行状态只有 Nat 与 Nat 列表，逐任务消费同一 parser token 流；\n2. bound variable 与全部结构标签原样保留，free variable [1,i] 精确变为 [1,i+1]；\n3. term / term-list / formula 的完整执行语义逐点等于 Rewriting.shift；\n4. step、bounded run 与公开 transform 全部 primitive recursive；\n5. 规范公式前缀精确返回 shifted formula tokens + 同一 suffix。\n\n最终端点公理画像仅\npropext / Classical.choice / Quot.sound；无 sorryAx。\nFoundationCompactNumericFormulaShift.lean", fillcolor="#dff2e8", color="#2f6f57", penwidth=2.8];
    numericfree [label="Primitive-recursive formula-free token machine\n原始递归公式自由化记号机\n\nLean 内核已检查：\n1. source arity n+1 精确降到 target arity n，任务栈携带量词下真实当前元数；\n2. 最后 bound variable 变为 &0，较早 bound variable 保持，旧 free variable 取后继；\n3. 仅消费长度为 2 的真实变量头，空消费、失败路径及函数头均不会误触发；\n4. term / term-list / formula 沿元数等式的完整语义逐点等于 Rewriting.free；\n5. step、bounded run、公开 transform 均 primitive recursive，规范输入保留同一 suffix。\n\n最终端点公理画像仅\npropext / Classical.choice / Quot.sound；无 sorryAx。\nFoundationCompactNumericFormulaFree.lean", fillcolor="#dff2e8", color="#2f6f57", penwidth=2.8];
    numericsubstitution [label="Primitive-recursive one-variable substitution token machine\n原始递归单变量代入记号机\n\nLean 内核已检查：\n1. 运行状态只有 Nat 与 Nat 列表，见证项以固定 token 输入进入迭代；\n2. 任务栈精确跟踪量词下 source arity 1+d；\n3. 最后 bound variable 替换为完整闭见证 token，其余变量与结构头原样保留；\n4. term / term-list / formula 完整执行语义逐 token 等于 ((Rew.subst ![w]).qpow d)；\n5. step、bounded run、公开 transform 均 primitive recursive，规范公式前缀保留同一 suffix。\n\n最终端点公理画像仅\npropext / Classical.choice / Quot.sound；无 sorryAx。\nFoundationCompactNumericFormulaSubstitution.lean", fillcolor="#dff2e8", color="#2f6f57", penwidth=2.8];
    numericfixitr [label="Primitive-recursive formula-fixitr token machine\n原始递归变量捕获记号机\n\nLean 内核已检查：\n1. 运行状态只有 Nat 与 Nat 列表，任意 base arity n、capture count m 与量词深度 d 均覆盖；\n2. bound variable 保持不变；free i<m 精确变为 bound n+d+i；其余 free i 变为 free (i-m)；\n3. term / term-list / formula 完整执行语义逐 token 等于 ((Rew.fixitr n m).qpow d)；\n4. step、bounded run 与公开 transform 全部 primitive recursive；\n5. 规范公式前缀返回同一 typed fixitr 结果并保留同一 suffix。\n\n十个审计端点公理画像至多为\npropext / Classical.choice / Quot.sound；无 sorryAx、无项目公设。\nFoundationCompactNumericFormulaFixitr.lean", fillcolor="#dff2e8", color="#2f6f57", penwidth=2.8];
    numericsuccind [label="Primitive-recursive succInd(body) token construction\n原始递归后继归纳公式记号构造\n\nLean 内核已检查：\n1. 每个 shift / substitution / fixitr / negation 子变换必须完整消费输入公式，禁止忽略畸形尾部；\n2. 零、开放零、开放后继三类见证均为固定纯数值 token；\n3. 四条代入执行、三次否定、三个析取与两个全称量词均在同一 Option 失败语义中组合；\n4. 整个函数输入/输出只有 Nat 与 List Nat，且已证 primitive recursive；\n5. 任意规范 body 的最终结果逐 token 精确等于原定义 succInd(body)。\n\n关键端点公理画像仅\npropext / Classical.choice / Quot.sound；无 sorryAx、无项目公设。\nFoundationCompactNumericSuccIndSentence.lean", fillcolor="#dff2e8", color="#2f6f57", penwidth=2.8];
    numericfvsup [label="Primitive-recursive formula fvSup computation\n原始递归公式自由变量上确界计算\n\nLean 内核已检查：\n1. 复用同一数值语法任务栈，只在真正 term 位置识别 free-variable token；\n2. relation 标签、函数头、bound variable 与普通数字均不会误计；\n3. 单遍输出逐点等于 formula.fvarList，并保留同一未消费 suffix；\n4. listFvSup 的 max(index+1) fold 已独立证明 primitive recursive；\n5. 公开端点对任意规范公式精确返回 (formula.fvSup, suffix)。\n\n关键端点公理画像仅\npropext / Classical.choice / Quot.sound；无 sorryAx、无项目公设。\nFoundationCompactNumericFormulaFvSup.lean", fillcolor="#dff2e8", color="#2f6f57", penwidth=2.8];
    numericallclosure [label="Primitive-recursive iterated universal closure\n原始递归迭代全称闭包\n\nLean 内核已检查：\n1. 每一步真实前置一个 universal token 6，不把整段闭包当作单位成本；\n2. depth 次迭代的输入/输出只有 Nat 与 List Nat；\n3. step 与 nat-iterate 整体均已证明 primitive recursive；\n4. 对任意 arity=depth 的规范公式，结果逐 token 精确等于 ∀⁰* formula。\n\n边界：本节点本身不宣称按二进制 depth 多项式时间；\n必须由黄色节点先证明 depth <= candidate bit length。\n公理画像仅 Lean 标准公理；无 sorryAx、无项目公设。\nFoundationCompactNumericAllClosure.lean", fillcolor="#dff2e8", color="#2f6f57", penwidth=2.8];
    numerictokenbitlength [label="Primitive-recursive exact token bit length\n原始递归精确 token 位长\n\nLean 内核已检查：\n1. 每个 Nat token 用公开 binaryNatCode 重新编码；\n2. 任意 token 列表的总二进制位长函数已证 primitive recursive；\n3. 项与公式的规范 token 流重新编码后逐位等于原 binary code；\n4. 因而规范候选公式的 token 位长精确等于公开 formulaCode 位长。\n\n这关闭了把 token 数误当位长的坐标风险；\n公理画像仅 Lean 标准公理，无 sorryAx、无项目公设。\nFoundationCompactNumericTokenBitLength.lean", fillcolor="#dff2e8", color="#2f6f57", penwidth=2.8];
    numericguardedinduction [label="Primitive-recursive guarded induction comparator\n原始递归带守卫归纳句比较器\n\nLean 内核已检查：\n1. 先纯数值构造 succInd(body) 并精确计算 fvSup；\n2. 仅当 fvSup <= candidate formulaCode bit length 才执行 fixitr/allClosure；\n3. 生成句逐 token 等于标签 22 的真实 PA 归纳证书句；\n4. 对每个规范 body/candidate，布尔结果为 true iff 两个句子相等；\n5. 守卫拒绝分支由 typed guard completeness 排除漏接；\n6. 构造器、守卫及比较器均已证 primitive recursive。\n\n公理画像仅 propext / Classical.choice / Quot.sound；\n无隐藏长度参数、无 sorryAx、无项目公设。\nFoundationCompactNumericGuardedInductionSentence.lean", fillcolor="#dff2e8", color="#2f6f57", penwidth=2.8];
    numericfixedaxioms [label="Primitive-recursive fixed PA-axiom sentence table\n原始递归固定 PA 公理句表\n\nLean 内核已检查：\n1. 证书标签 0..21 的 22 个非归纳分支全覆盖；\n2. 20 个无参数公理直接返回规范句 token 常量；\n3. 函数外延按 4 个合法 (arity,code) 分派，关系外延按 2 个合法对分派；\n4. 输入/输出只有 Nat、Nat×Nat 和 List Nat，整个查表函数 primitive recursive；\n5. 每个规范固定证书逐 token 精确等于 certificate.sentence。\n\n五个审计端点公理画像仅\npropext / Classical.choice / Quot.sound；无 sorryAx。\nFoundationCompactNumericFixedPAAxiomSentence.lean", fillcolor="#dff2e8", color="#2f6f57", penwidth=2.8];
-     numericparser [label="【主终端当前：23 标签合并与十规则复现】\nPublic local-check numeric graph\n公开局部检查纯数值图\n\n新近闭合：候选公式真实二进制位长、归纳闭包守卫、\n标签 22 完整归纳句构造及规范输入上的句相等判定。\n此前已闭合：打包 token 化、任意输入 decoder 同步、数值语法值、\n列表检查、全部公式变换，以及标签 0..21 固定 PA 公理句。\n\n当前证明任务：\n1. 合并固定标签 0..21 与动态标签 22 的纯数值公理判定；\n2. 利用任意输入反演定理覆盖畸形 token 与全部拒绝分支；\n3. 逐条复现 listedCertificateValidTrace 的十条证明规则；\n4. 汇入公开 packed verifier，证明同一 code/formulaCode 上结果逐点相等。\n\n完成标准：完整公开 verifier 的 primitive-recursive graph；\n不借旧 rawCode，不增加隐藏见证长度，不把 typed syntax 当外部输入。", fillcolor="#fff0c9", color="#b37a12", penwidth=2.8];
+     numericallaxioms [label="Primitive-recursive all-23-tag PA-axiom comparator\n原始递归全部 23 标签 PA 公理比较器\n\nLean 内核已检查：\n1. 证书 parser 必须精确消费到空 suffix，禁止多余垃圾尾部；\n2. 标签 0..21 进入固定表，标签 22 进入带守卫归纳比较器；\n3. 非法函数/关系码、畸形归纳体和未知标签均拒绝；\n4. 任意证书 token 对规范候选句返回 true iff 存在真实 PA 公理证书，\n   输入恰为其完整 token 且 certificate.sentence = candidate；\n5. 完整比较器已证 primitive recursive。\n\n公理画像仅 propext / Classical.choice / Quot.sound；\n无 sorryAx、无项目公设。\nFoundationCompactNumericPAAxiomComparator.lean", fillcolor="#dff2e8", color="#2f6f57", penwidth=2.8];
+     numericparser [label="【主终端当前：证明树 / 结构证书十规则同步】\nPublic local-check numeric graph\n公开局部检查纯数值图\n\n新近闭合：全部 23 个 PA 公理标签的纯数值合并器，\n包括任意证书 token 的精确解析与畸形/垃圾尾部拒绝。\n此前已闭合：proof/certificate 任意输入反演、全部数值语法值、\n列表判定、公式变换、候选位长守卫及归纳句构造。\n\n当前证明任务：\n1. 在纯数值状态机中同步遍历 proof tree 与 structural certificate；\n2. 对 closed/axm/verum/and/or/all/exs/wk/shift/cut 逐规则复现局部判定；\n3. 覆盖证书形状错配、畸形 token 和所有递归拒绝分支；\n4. 汇入公开 packed verifier，证明同一 code/formulaCode 上结果逐点相等。\n\n完成标准：完整公开 verifier 的 primitive-recursive graph；\n不借旧 rawCode，不增加隐藏见证长度，不把 typed syntax 当外部输入。", fillcolor="#fff0c9", color="#b37a12", penwidth=2.8];
    compactformula [label="CompactProof(x,y) + Con_PA^compact(k)\n紧凑证明谓词算术公式 + 紧凑有限一致性句\n绿色 ListedCertifiedFiniteConsistencyAt 已给出正确 Lean Prop 元层语义\n旧 succinctFiniteConsistencySentence 仍指 raw-code checker（原始码检查器）\n待证明：算术句标准模型精确等价于同一 guarded compact verifier\n以及短二进制数词实例的公式大小界", fillcolor="#f3f3f3", color="#777777", style="rounded,filled,dashed", penwidth=2.0];
    patrace [label="PA computation-trace theorem\nPA 计算轨迹定理\naccepted run -> short PA proof of CompactProof(x,y)\n接受运行 -> CompactProof(x,y) 的短 PA 证明", fillcolor="#f3f3f3", color="#777777", style="rounded,filled,dashed"];
    suitable [label="suitable numeration（合适枚举）\nbit graph representability（位图可表示性）\npolynomial proof construction（多项式证明构造）", fillcolor="#f3f3f3", color="#777777", style="rounded,filled,dashed"];
    cond0 [label="Pudlak condition (0)（普德拉克条件 0）\nPA 内证明 proof-bound monotonicity（证明长度界单调性）\nP 的较紧/较松 cutoff 可在同一公式中转换", fillcolor="#f3f3f3", color="#777777", style="rounded,filled,dashed"];
    cond1 [label="Pudlak condition (1)（普德拉克条件 1）\nexternal short proof -> internal P(n, code(phi))\n外部短证明以多项式开销内部化为 P 实例", fillcolor="#f3f3f3", color="#777777", style="rounded,filled,dashed"];
    cond2 [label="Pudlak condition (2)（普德拉克条件 2）\nP(n,m) -> P(q1(n), code(P(n,m)))\n证明谓词实例自身的定量内部化", fillcolor="#f3f3f3", color="#777777", style="rounded,filled,dashed"];
    cond3 [label="Pudlak condition (3)（普德拉克条件 3）\nbounded modus ponens composition（有界肯定前件合成）\nP(n,phi) 与 P(n,phi->psi) -> P(q2(n),psi)", fillcolor="#f3f3f3", color="#777777", style="rounded,filled,dashed"];
    mpcompiler [label="Accepted-code bounded modus ponens compiler\n接受码有界肯定前件编译器（外部语义层已闭合）\n\n同一公开列表保持验证器：\naccept(codeImp, A->B) + accept(codeA, A)\n  -> exists codeB, accept(codeB, B)\n完整载荷界：\n|codeB| <= |codeImp| + |codeA| + 240 + 34*S(A,B)\n两份输入 proof tree + certificate 原样复用\n树级、证书级、规范码级及任意接受码端点均已通过\n无隐藏长度参数；无 sorryAx\nFoundationCompactCertifiedModusPonens.lean\n\n注意：这里只关闭外部码合成；\nPA 内部 condition (3) 仍须由 arithmetic trace 内化。", fillcolor="#dff2e8", color="#2f6f57", penwidth=2.8];
    conjcompiler [label="Accepted-code bounded conjunction compiler\n接受码有界合取编译器（外部语义层已闭合）\n\naccept(codeA,A) + accept(codeB,B)\n  -> exists codeAnd, accept(codeAnd,A and B)\n完整载荷界：\n|codeAnd| <= |codeA| + |codeB| + 144 + 11*S(A,B)\n两棵输入树与两份完整证书原样复用\n任意接受码端点及 axiom profile 已通过\n无 sorryAx\nFoundationCompactCertifiedConjunction.lean\n\n注意：固定重言式与原文拼接步骤 (i)-(v)\n以及 PA 内部化仍未闭合。", fillcolor="#dff2e8", color="#2f6f57", penwidth=2.8];
    qdiagonal [label="Quantitative parameterized diagonalization\n定量参数化对角化（同一完整载荷坐标已闭合）\nFoundation parameterized_diagonal₁：固定 P 的全称证明为常数\n真实 Derivation2 实例化：cut + wk + exs + closed\n显式结构证书：binary(unary(baseCert), unary(leaf))\n公开列表保持验证器接受完整 proof+certificate 打包码\n短二进制数码项：2*previous+bit\n码长 O(Nat.size m)，标准模型值严格为 m\n最终完整载荷界：baseProof+baseCert+192\n + 2048*(formulaConstant+stepConstant*|m|+1)^3\n同一公式实例的精确最短载荷也不超过该界\n具体 CompactProof 谓词仍由灰色算术化节点提供\nFoundationCompactDerivationSpecialization.lean\nFoundationCompactCertifiedDerivationSpecialization.lean\nFoundationCompactBinaryNumeralTerm.lean\nFoundationCompactParameterizedDiagonalSpecialization.lean\n端点无 sorryAx", fillcolor="#dff2e8", color="#2f6f57", penwidth=2.8];
    proofassembly [label="Bounded proof-calculus assembly (i)-(v)\n有界证明演算拼接（原文步骤 i-v）\n固定命题重言式 + (0)-(3) + MP/conjunction composition\n逐步得到 not P(q5(m), bottom) -> D(m)\n每次拼接与公式实例化均须显式多项式长度", fillcolor="#f3f3f3", color="#777777", style="rounded,filled,dashed"];
    paconsistency [label="PA consistency in the standard model\nPA 在标准模型中的一致性\naccepted falsum proof -> real Derivation2 -> contradiction\n项目已有 noListedCertifiedPAProofOfFalsum；无 sorryAx", fillcolor="#dff2e8", color="#2f6f57", penwidth=2.4];
    exponentextract [label="Consistency contradiction + exponent extraction\n一致性反证 + 指数提取\n短 D(m) 证明与一致性冲突\nq5(m) 的多项式重标定 -> 存在 epsilon > 0\n推出 Con_A(n) 无 n^epsilon 长度证明", fillcolor="#f3f3f3", color="#777777", style="rounded,filled,dashed"];
    diagonal [label="Pudlak 1986 Theorem 3.1\n普德拉克 1986 定理 3.1\ndiagonal proof-length lower bound\n对角证明长度下界", fillcolor="#f3f3f3", color="#777777", style="rounded,filled,dashed", penwidth=2.0];
    internalnote [shape=note, label="关键注释：外部运行时间界不能自动变成 PA 内部短证明。\n必须构造 accepted computation trace（接受计算轨迹），\n并在同一算术编码中逐步验证。", fillcolor="#e8f1f8", color="#4e7892"];

    predicate -> compactformula [label="exact standard-model relation\n精确标准模型关系"];
    minmeasure -> compactformula [label="same honest payload length\n同一诚实载荷长度"];
    canonicalnormalize -> compactformula [style=dotted, label="normalization audit only; public guarded verifier remains the target\n仅作规范化审计；目标仍是公开带守卫验证器"];
    predicate -> listedconmeta [label="same accepted-code relation\n同一接受码关系"];
    minmeasure -> listedconmeta [label="same payload coordinate\n同一载荷坐标"];
    listedconmeta -> compactformula [label="arithmetize this exact semantics\n算术化这一精确语义"];
    canonicalnormalize -> listedconmeta [label="pointwise same-cutoff equivalence\n逐点同截断值等价"];
    polytime -> arithinput [label="same packed inputs and bit-cost coordinate\n同一打包输入与位成本坐标"];
    arithinput -> tokenstream [label="primitive-recursive payload and Nat-prefix base\n原始递归载荷与自然数前缀基础"];
    tokenstream -> bitsync [label="exact arbitrary-input stream semantics\n任意输入流精确语义"];
    tokenstream -> syntaxparser [label="bounded exact tokenization\n有界精确记号化"];
    bitsync -> syntaxbitsync [label="exact bit suffix invariant\n精确位后缀不变量"];
    syntaxparser -> syntaxbitsync [label="same term/formula token grammar\n同一项/公式 token 文法"];
    syntaxparser -> syntaxinversion [label="backward typed realization invariant\n反向类型化实现不变量"];
    syntaxinversion -> numericvalues [label="arbitrary syntax success is canonical\n任意语法成功均为真实规范前缀"];
    syntaxinversion -> closedformula [label="typed prefix recovery + no-fvar invariant\n类型化前缀恢复 + 无自由变量不变量"];
    closedformula -> proofparser [label="axm sentence task\n公理叶闭句任务"];
    syntaxparser -> proofparser [label="checked syntax-task machine\n已检查语法任务机"];
    syntaxparser -> certparser [label="induction-body formula parser\n归纳公理体公式解析"];
    syntaxinversion -> proofinversion [label="term / formula arbitrary inversion\n项 / 公式任意反演"];
    proofparser -> proofinversion [label="ten-rule numeric state machine\n十规则纯数值状态机"];
    closedformula -> proofinversion [label="real sentence recovery\n真实闭句恢复"];
    proofinversion -> numericparser [label="arbitrary proof success is canonical\n任意证明成功均为真实规范前缀"];
    syntaxinversion -> certinversion [label="induction-formula arbitrary inversion\n归纳公式任意反演"];
    certparser -> certinversion [label="23+4 certificate numeric machines\n23+4 类证书纯数值机"];
    certinversion -> numericparser [label="arbitrary certificate success is canonical\n任意证书成功均为真实规范前缀"];
    syntaxbitsync -> numericparser [label="term/formula typed-bit equivalence closed\n项/公式类型化位级等价已闭合"];
    bitsync -> proofbitsync [label="same exact bit suffix\n同一精确位后缀"];
    syntaxbitsync -> proofbitsync [label="typed sequent/term/formula components\n类型化序列/项/公式部件"];
    proofparser -> proofbitsync [label="same ten-rule token grammar\n同一十规则 token 文法"];
    bitsync -> certbitsync [label="same exact bit suffix\n同一精确位后缀"];
    syntaxbitsync -> certbitsync [label="induction-body formula synchronization\n归纳公式体同步"];
    certparser -> certbitsync [label="same 23+4 token grammar\n同一 23+4 类 token 文法"];
    proofbitsync -> numericparser [label="typed proof bit equivalence closed\n证明树类型化位级等价已闭合"];
    certbitsync -> numericparser [label="typed certificate bit equivalence closed\n证书类型化位级等价已闭合"];
    arithinput -> packedtokensync [label="same sentinel-packed inputs\n同一哨兵位打包输入"];
    tokenstream -> packedtokensync [label="primitive-recursive full tokenization\n原始递归完整 token 化"];
    proofbitsync -> packedtokensync [label="proof segment equivalence\n证明段等价"];
    certbitsync -> packedtokensync [label="certificate segment equivalence\n证书段等价"];
    packedtokensync -> numericvalues [label="same public token streams\n同一公开 token 流"];
    numericvalues -> numericchecks [label="exact numeric syntax values\n精确数值语法值"];
    numericchecks -> numericparser [label="same local list decisions\n同一局部列表判定"];
    numericvalues -> numericconstructors [label="canonical token values\n规范 token 值"];
    numericconstructors -> numericparser [label="six direct formula constructors\n六种直接公式构造"];
    numericvalues -> numericnegation [label="same parser task semantics\n同一解析任务语义"];
    numericnegation -> numericparser [label="exact De Morgan token transform\n精确 De Morgan 记号变换"];
    numericvalues -> numericshift [label="same parser task semantics\n同一解析任务语义"];
    numericshift -> numericparser [label="exact free-index successor transform\n精确自由变量后继变换"];
    numericvalues -> numericfree [label="same parser task and binder arity\n同一解析任务与绑定元数"];
    numericfree -> numericparser [label="exact arity-lowering free transform\n精确降元自由化变换"];
    numericvalues -> numericsubstitution [label="same parser task and witness tokens\n同一解析任务与见证记号"];
    numericsubstitution -> numericparser [label="exact qpow substitution transform\n精确量词下代入变换"];
    numericvalues -> numericfixitr [label="same parser task and binder arity\n同一解析任务与绑定元数"];
    numericfixitr -> numericparser [label="exact qpow fixitr transform\n精确量词下变量捕获变换"];
    numericconstructors -> numericsuccind [label="or / all token constructors\n析取 / 全称量词记号构造"];
    numericnegation -> numericsuccind [label="three exact negations\n三次精确否定"];
    numericshift -> numericsuccind [label="open-substitution namespace shift\n开放代入命名空间移位"];
    numericsubstitution -> numericsuccind [label="four exact substitution executions\n四条精确代入执行"];
    numericfixitr -> numericsuccind [label="capture open witnesses\n捕获开放见证"];
    numericsuccind -> numericguardedinduction [label="exact succInd(body) tokens\n精确后继归纳公式记号"];
    numericvalues -> numericfvsup [label="same checked syntax-task stack\n同一已检查语法任务栈"];
    numericsuccind -> numericfvsup [label="compute closure depth of succInd(body)\n计算归纳公式闭包深度"];
    numericfvsup -> numericguardedinduction [label="exact formula.fvSup value\n精确公式自由变量上确界"];
    numericfixitr -> numericallclosure [label="capture depth free variables first\n先捕获 depth 个自由变量"];
    numericfvsup -> numericallclosure [label="same exact closure depth\n同一精确闭包深度"];
    numericallclosure -> numericguardedinduction [label="guarded exact all-closure tokens\n带守卫精确全称闭包记号"];
    numericvalues -> numerictokenbitlength [label="candidate canonical token stream\n候选公式规范记号流"];
    numerictokenbitlength -> numericguardedinduction [label="actual candidate formulaCode bit length\n候选公式码真实位长"];
    numericfixitr -> numericguardedinduction [label="capture only after guard\n仅在守卫通过后捕获变量"];
    certbitsync -> numericguardedinduction [label="tag 22 induction body\n标签 22 归纳公式体"];
-     numericguardedinduction -> numericparser [label="canonical tag 22 result equivalence\n规范标签 22 结果等价"];
+     numericguardedinduction -> numericallaxioms [label="guarded tag 22 exact result\n带守卫标签 22 精确结果"];
    certbitsync -> numericfixedaxioms [label="same PA-certificate tags and parameters\n同一 PA 证书标签与参数"];
-     numericfixedaxioms -> numericparser [label="tags 0..21 exact sentence tokens\n标签 0..21 精确公理句记号"];
+     numericfixedaxioms -> numericallaxioms [label="tags 0..21 exact sentence tokens\n标签 0..21 精确公理句记号"];
+     certinversion -> numericallaxioms [label="exact arbitrary certificate-token inversion\n任意证书记号精确反演"];
+     numericallaxioms -> numericparser [label="all 23 axiom branches closed\n全部 23 个公理分支闭合"];
    numericparser -> compactformula [label="same numeric machine graph\n同一纯数值机器图"];
    compactformula -> patrace [label="fixed formula and binary numerals\n固定公式与二进制数词"];
    internalnote -> patrace [style=dotted, arrowhead=none, constraint=false];
    patrace -> suitable;
    suitable -> cond0;
    suitable -> cond1;
    suitable -> cond2;
    suitable -> cond3;
    predicate -> mpcompiler [label="same public verifier\n同一公开验证器"];
    canonicalnormalize -> mpcompiler [label="decoded payload never grows\n解码规范化不增长"];
    mpcompiler -> cond3 [style=dotted, label="external compiler closed; PA internal proof remains\n外部编译已闭合；仍需 PA 内部短证明"];
    predicate -> conjcompiler [label="same public verifier\n同一公开验证器"];
    canonicalnormalize -> conjcompiler [label="decoded payload never grows\n解码规范化不增长"];
    conjcompiler -> proofassembly [style=dotted, label="external conjunction primitive closed\n外部合取原语已闭合"];
    compactformula -> qdiagonal [style=dotted, arrowhead=none, constraint=false, label="later instantiate the closed generic compiler at concrete P\n后续把已闭合通用编译器实例化到具体 P"];
    suitable -> qdiagonal [style=dotted, arrowhead=none, constraint=false, label="concrete P conditions belong to later assembly\n具体 P 条件属于后续拼接"];
    transformcode -> qdiagonal [label="formula-instance size bound already checked\n公式实例大小界已检查"];
    cond0 -> proofassembly;
    cond1 -> proofassembly;
    cond2 -> proofassembly;
    cond3 -> proofassembly;
    qdiagonal -> proofassembly;
    proofassembly -> exponentextract;
    paconsistency -> exponentextract;
    exponentextract -> diagonal;
  }

  subgraph cluster_buss {
    label="H. Buss-Pudlak lower bound（布斯-普德拉克下界）";
    color="#9a9a9a";
    style="rounded,dashed";

    family [label="F_n = Con_T((f(n))^c)\n有限一致性公式族\nsame T / proof system / symbol length\n同一理论 / 证明系统 / 符号长度", fillcolor="#f3f3f3", color="#777777", style="rounded,filled,dashed"];
    rescale [label="Buss 1994 Theorem 5\n布斯 1994 第 5 定理\ntime-constructible rescaling\n时间可构造重标定", fillcolor="#f3f3f3", color="#777777", style="rounded,filled,dashed", penwidth=2.0];
    lower [label="minProofLength(F_n) > U(n) eventually\n最短证明长度最终大于 U(n)\nsuper-polynomial lower bound（超多项式下界）", fillcolor="#e9e3f5", color="#76639a", style="rounded,filled,dashed", penwidth=2.0];
    lowernote [shape=note, label="关键注释：文献下界只能用于原文满足条件的\nformula family（公式族）、proof system（证明系统）\n和 symbol length（符号长度）；名字相似不能替代对象恒等。", fillcolor="#e8f1f8", color="#4e7892"];

    compactformula -> family [label="same CompactProof predicate\n同一紧凑证明谓词"];
    minmeasure -> family [label="exact minimum length coordinate\n精确最短长度坐标"];
    diagonal -> rescale [label="power lower-bound seed\n幂下界种子"];
    family -> rescale;
    rescale -> lower [label="explicit time-constructible f\n显式时间可构造函数 f"];
    lowernote -> rescale [style=dotted, arrowhead=none, constraint=false];
  }

  subgraph cluster_collision {
    label="I. Same-object upper bound and collision（同对象上界与碰撞）";
    color="#9a9a9a";
    style="rounded,dashed";

    sondowcert [label="Sondow checked certificates\n索多已检查证书\nassume gamma rational（假设欧拉常数有理）\n本节点只表示证书已检查，不等于同对象上界已完成", fillcolor="#dff2e8", color="#3f7c66"];
    samecompiler [label="Sondow same-object compiler\n索多同对象编译器\ncertificate -> real proof of the same F_n\n证书 -> 同一 F_n 的真实证明", fillcolor="#f3f3f3", color="#777777", style="rounded,filled,dashed"];
    upper [label="minProofLength(F_n) <= U(n)\n最短证明长度不超过多项式 U(n)\npolynomial upper bound（多项式上界）\n等待 same-object compiler（同对象编译器）", fillcolor="#f3f3f3", color="#777777", style="rounded,filled,dashed"];
    collision [label="U(N) < minProofLength(F_N) <= U(N)\n同一 N、同一公式、同一检查器、同一长度的矛盾\ncollision theorem（碰撞定理）", fillcolor="#f8d9d6", color="#a8443d", style="rounded,filled,dashed", penwidth=2.5];
    final [label="not is_rational euler_mascheroni\n欧拉-马歇罗尼常数非有理\n仅在全部上游根定理闭合后成立", fillcolor="#f8d9d6", color="#a8443d", style="rounded,filled,dashed", penwidth=2.5];
    samenote [shape=note, label="关键注释：碰撞必须是同一 N、同一 F_N、\n同一 checker（检查器）和同一 length measure（长度度量）。\n只证明两个抽象接口各自存在不能形成碰撞。", fillcolor="#e8f1f8", color="#4e7892"];

    sondowcert -> samecompiler;
    family -> samecompiler [label="formula identity\n公式恒等"];
    predicate -> samecompiler [label="same checker/length\n同一检查器/长度"];
    minmeasure -> samecompiler [label="same minimum payload measure\n同一最短载荷度量"];
    samecompiler -> upper [label="canonical accepted proof code\n规范且被接受的证明码"];
    upper -> collision [label="same F_N / same length\n同一 F_N / 同一长度"];
    lower -> collision [label="same F_N / same length\n同一 F_N / 同一长度"];
    samenote -> collision [style=dotted, arrowhead=none, constraint=false];
    collision -> final;
  }

  subgraph cluster_audit {
    label="J. Submission-grade audit gates（投稿级审计门）";
    color="#76639a";
    style="rounded";

    axioms [label="#print axioms audit（公理画像审计）\n已完成节点仅依赖：\npropext（命题外延）\nClassical.choice（经典选择）\nQuot.sound（商类型可靠性）", fillcolor="#e9e3f5", color="#76639a"];
    forbidden [label="Forbidden project assumptions（禁止项目级假设）\nno tail_gap（无尾部间隙参数）\nno upper_provider（无上界提供者参数）\nno project proof_length（无项目证明长度公设）\nno sorryAx（无未完成证明公设）", fillcolor="#e9e3f5", color="#76639a"];
    gate [label="Final dependency audit（最终依赖审计）\nsame formula / parameter / checker / measure\n同一公式 / 参数 / 检查器 / 度量", fillcolor="#e9e3f5", color="#76639a", penwidth=2.0];

    totalcanonical -> axioms [style=dotted];
    publiciff -> axioms [style=dotted];
    completeness -> axioms [style=dotted];
    nattrace -> axioms [style=dotted];
    polytime -> forbidden [style=dashed];
    diagonal -> forbidden [style=dashed];
    samecompiler -> forbidden [style=dashed];
    lower -> gate;
    upper -> gate;
    axioms -> gate;
    forbidden -> gate;
    gate -> collision [style=dashed, label="audit pass\n审计通过"];
  }

  subgraph cluster_rejected_routes {
    label="K. Rejected historical routes（经审计弃用的历史路线；不通向主结论）";
    color="#a8443d";
    style="rounded,dashed";

    rawgodel [label="Nat.size(rawProofCode) lower bound\n原始哥德尔证明码位长下界\nunary-numeral encoding artifact（一元数词编码伪影）", fillcolor="#f8d9d6", color="#a8443d", style="rounded,filled,dashed"];
    postfixraw [label="Postfix checker rebuilding rawCode\n重建 rawCode 的后缀检查器\nprimitive recursive != polynomial time\n原始递归不等于多项式时间", fillcolor="#f8d9d6", color="#a8443d", style="rounded,filled,dashed"];
    abstractgap [label="tail_gap / computable_gap input\n尾部间隙 / 可计算间隙输入\nassumes the lower bound（预设下界）", fillcolor="#f8d9d6", color="#a8443d", style="rounded,filled,dashed"];
    abstractupper [label="upper_provider input\n上界提供者输入\nassumes the Sondow bridge（预设索多桥）", fillcolor="#f8d9d6", color="#a8443d", style="rounded,filled,dashed"];
    unsimulated [label="Unproved Hilbert-system simulation\n未证明的 Hilbert 系统模拟\nwrong/uncalibrated proof measure\n错误或未校准的证明度量", fillcolor="#f8d9d6", color="#a8443d", style="rounded,filled,dashed"];
    graft [label="strengthened_to_partial / transfer_to_graft\n加强到部分 / 嫁接转移接口\ninterface packaging without source theorem\n只有接口包装、没有源定理", fillcolor="#f8d9d6", color="#a8443d", style="rounded,filled,dashed"];
    rejectednote [shape=note, label="弃用判据：编码伪影、循环输入、对象错位，\n或只给接口而没有根定理。\n本区域没有任何边连接最终碰撞定理。", fillcolor="#fff1f0", color="#a8443d"];

    rawgodel -> postfixraw [style=dotted, color="#a8443d"];
    abstractgap -> graft [style=dotted, color="#a8443d"];
    abstractupper -> graft [style=dotted, color="#a8443d"];
    unsimulated -> graft [style=dotted, color="#a8443d"];
    rejectednote -> graft [style=dotted, arrowhead=none, color="#a8443d"];
  }
}
